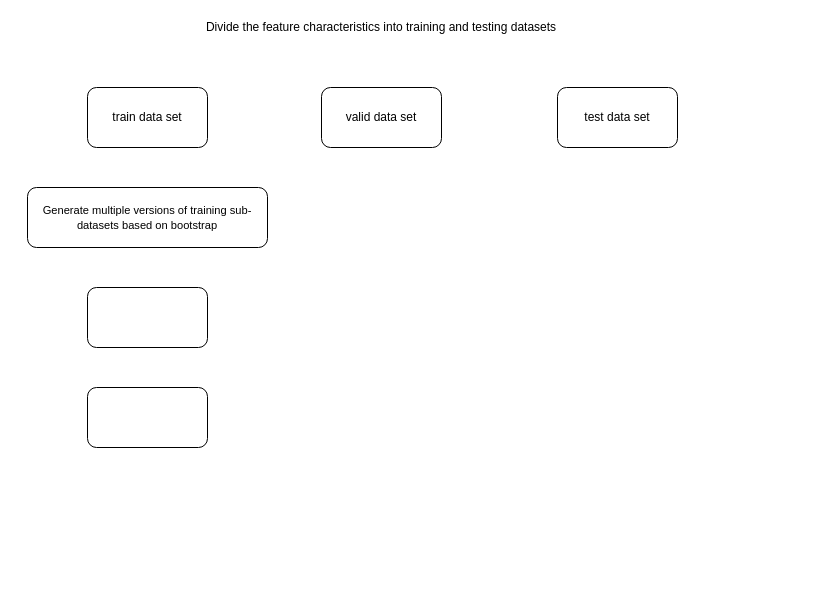
The draw.io diagram Untitled Diagram.drawio in Juno-Qi/Deep-learning-in-PHM, before the edit. Source tidied: cells renumbered, new cells numbered last; positions are measured from the earlier drawing's top-left corner, leaving out a move shared by most shapes. Both pictures are drawn from the tidied source at 100%, with x=0, y=0 at pixel (27, 17).
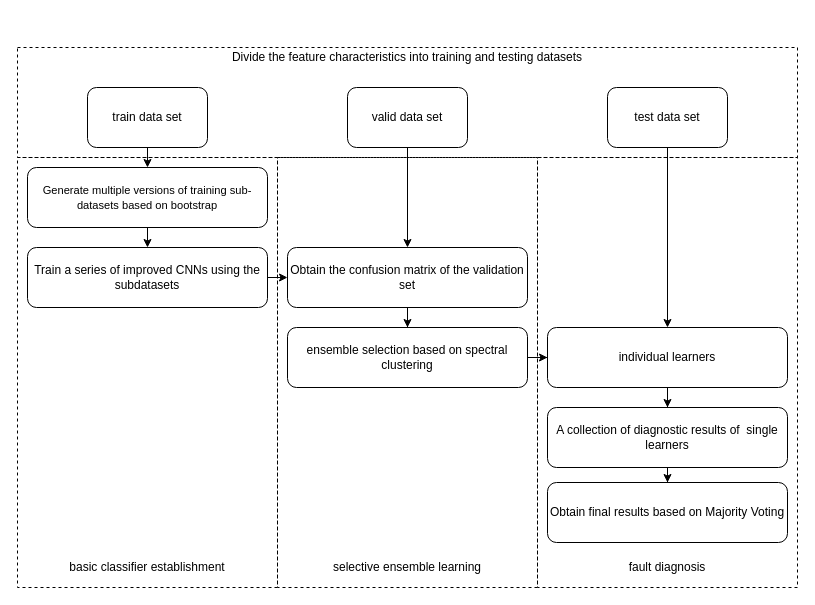
After the change.

Unchanged cells that the change refers to:
```xml
<mxCell id="2" value="train data set" style="rounded=1;whiteSpace=wrap;html=1;" parent="1" vertex="1">
  <mxGeometry x="60" y="70" width="120" height="60" as="geometry" />
</mxCell>
```

Change to the diagram source:
```diff
@@
+    <mxCell id="9" style="edgeStyle=orthogonalEdgeStyle;rounded=0;jettySize=auto;html=1;exitX=0.5;exitY=1;exitDx=0;exitDy=0;entryX=0.5;entryY=0;entryDx=0;entryDy=0;" parent="1" edge="1" source="2" target="5">
+      <mxGeometry relative="1" as="geometry" />
+    </mxCell>
@@
+    <mxCell id="10" style="edgeStyle=orthogonalEdgeStyle;rounded=0;jettySize=auto;html=1;exitX=0.5;exitY=1;exitDx=0;exitDy=0;" parent="1" edge="1" source="3" target="7">
+      <mxGeometry relative="1" as="geometry" />
+    </mxCell>
     <mxCell id="3" value="valid data set" style="rounded=1;whiteSpace=wrap;html=1;" parent="1" vertex="1">
-      <mxGeometry x="294" y="70" width="120" height="60" as="geometry" />
+      <mxGeometry x="320" y="70" width="120" height="60" as="geometry" />
     </mxCell>
+    <mxCell id="11" style="edgeStyle=orthogonalEdgeStyle;rounded=0;jettySize=auto;html=1;entryX=0.5;entryY=0;entryDx=0;entryDy=0;" parent="1" edge="1" source="4" target="18">
+      <mxGeometry relative="1" as="geometry" />
+    </mxCell>
     <mxCell id="4" value="test data set" style="rounded=1;whiteSpace=wrap;html=1;" parent="1" vertex="1">
-      <mxGeometry x="530" y="70" width="120" height="60" as="geometry" />
+      <mxGeometry x="580" y="70" width="120" height="60" as="geometry" />
     </mxCell>
+    <mxCell id="12" style="edgeStyle=orthogonalEdgeStyle;rounded=0;jettySize=auto;html=1;exitX=0.5;exitY=1;exitDx=0;exitDy=0;entryX=0.5;entryY=0;entryDx=0;entryDy=0;" parent="1" edge="1" source="5" target="6">
+      <mxGeometry relative="1" as="geometry" />
+    </mxCell>
     <mxCell id="5" value="&lt;font face=&quot;timesnewromanpsmt&quot;&gt;&lt;span style=&quot;font-size: 11.1116px&quot;&gt;Generate multiple versions of training sub-datasets based on bootstrap&lt;/span&gt;&lt;/font&gt;" style="rounded=1;whiteSpace=wrap;html=1;" parent="1" vertex="1">
-      <mxGeometry y="170" width="240" height="60" as="geometry" />
+      <mxGeometry y="150" width="240" height="60" as="geometry" />
     </mxCell>
+    <mxCell id="13" style="edgeStyle=orthogonalEdgeStyle;rounded=0;jettySize=auto;html=1;exitX=1;exitY=0.5;exitDx=0;exitDy=0;entryX=0;entryY=0.5;entryDx=0;entryDy=0;" parent="1" edge="1" source="6" target="7">
+      <mxGeometry relative="1" as="geometry" />
+    </mxCell>
-    <mxCell id="6" style="rounded=1;whiteSpace=wrap;html=1;" parent="1" vertex="1">
-      <mxGeometry x="60" y="270" width="120" height="60" as="geometry" />
+    <mxCell id="6" value="Train a series of improved CNNs using the subdatasets" style="rounded=1;whiteSpace=wrap;html=1;" parent="1" vertex="1">
+      <mxGeometry y="230" width="240" height="60" as="geometry" />
     </mxCell>
+    <mxCell id="14" style="edgeStyle=orthogonalEdgeStyle;rounded=0;jettySize=auto;html=1;entryX=0.5;entryY=0;entryDx=0;entryDy=0;" parent="1" edge="1" source="7" target="16">
+      <mxGeometry relative="1" as="geometry" />
+    </mxCell>
-    <mxCell id="7" style="rounded=1;whiteSpace=wrap;html=1;" parent="1" vertex="1">
-      <mxGeometry x="60" y="370" width="120" height="60" as="geometry" />
+    <mxCell id="7" value="Obtain the confusion matrix of the validation set" style="rounded=1;whiteSpace=wrap;html=1;" parent="1" vertex="1">
+      <mxGeometry x="260" y="230" width="240" height="60" as="geometry" />
     </mxCell>
     <mxCell id="8" value="Divide the feature characteristics into training and testing datasets" style="text;html=1;strokeColor=none;fillColor=none;align=center;verticalAlign=middle;whiteSpace=wrap;rounded=0;" parent="1" vertex="1">
-      <mxGeometry x="146" width="416" height="20" as="geometry" />
+      <mxGeometry x="172" y="30" width="416" height="20" as="geometry" />
     </mxCell>
+    <mxCell id="15" style="edgeStyle=orthogonalEdgeStyle;rounded=0;jettySize=auto;html=1;" parent="1" edge="1" source="16" target="18">
+      <mxGeometry relative="1" as="geometry" />
+    </mxCell>
+    <mxCell id="16" value="ensemble selection based on spectral clustering" style="rounded=1;whiteSpace=wrap;html=1;" parent="1" vertex="1">
+      <mxGeometry x="260" y="310" width="240" height="60" as="geometry" />
+    </mxCell>
+    <mxCell id="17" style="edgeStyle=orthogonalEdgeStyle;rounded=0;jettySize=auto;html=1;entryX=0.5;entryY=0;entryDx=0;entryDy=0;" parent="1" edge="1" source="18" target="20">
+      <mxGeometry relative="1" as="geometry" />
+    </mxCell>
+    <mxCell id="18" value="individual learners" style="rounded=1;whiteSpace=wrap;html=1;" parent="1" vertex="1">
+      <mxGeometry x="520" y="310" width="240" height="60" as="geometry" />
+    </mxCell>
+    <mxCell id="19" style="edgeStyle=orthogonalEdgeStyle;rounded=0;jettySize=auto;html=1;exitX=0.5;exitY=1;exitDx=0;exitDy=0;" parent="1" edge="1" source="20" target="21">
+      <mxGeometry relative="1" as="geometry" />
+    </mxCell>
+    <mxCell id="20" value="A collection of diagnostic results of&amp;nbsp; single learners" style="rounded=1;whiteSpace=wrap;html=1;" parent="1" vertex="1">
+      <mxGeometry x="520" y="390" width="240" height="60" as="geometry" />
+    </mxCell>
+    <mxCell id="21" value="Obtain final results based on Majority Voting" style="rounded=1;whiteSpace=wrap;html=1;" parent="1" vertex="1">
+      <mxGeometry x="520" y="465" width="240" height="60" as="geometry" />
+    </mxCell>
+    <mxCell id="22" style="rounded=0;whiteSpace=wrap;html=1;fillColor=none;dashed=1;" parent="1" vertex="1">
+      <mxGeometry x="-10" y="140" width="260" height="430" as="geometry" />
+    </mxCell>
+    <mxCell id="23" style="rounded=0;whiteSpace=wrap;html=1;fillColor=none;dashed=1;" parent="1" vertex="1">
+      <mxGeometry x="250" y="140" width="260" height="430" as="geometry" />
+    </mxCell>
+    <mxCell id="24" style="rounded=0;whiteSpace=wrap;html=1;fillColor=none;dashed=1;" parent="1" vertex="1">
+      <mxGeometry x="510" y="140" width="260" height="430" as="geometry" />
+    </mxCell>
+    <mxCell id="25" value="basic classifier establishment" style="text;html=1;strokeColor=none;fillColor=none;align=center;verticalAlign=middle;whiteSpace=wrap;rounded=0;dashed=1;" parent="1" vertex="1">
+      <mxGeometry x="40" y="540" width="160" height="20" as="geometry" />
+    </mxCell>
+    <mxCell id="26" value="selective ensemble learning" style="text;html=1;strokeColor=none;fillColor=none;align=center;verticalAlign=middle;whiteSpace=wrap;rounded=0;dashed=1;" parent="1" vertex="1">
+      <mxGeometry x="300" y="540" width="160" height="20" as="geometry" />
+    </mxCell>
+    <mxCell id="27" value="fault diagnosis" style="text;html=1;strokeColor=none;fillColor=none;align=center;verticalAlign=middle;whiteSpace=wrap;rounded=0;dashed=1;" parent="1" vertex="1">
+      <mxGeometry x="560" y="540" width="160" height="20" as="geometry" />
+    </mxCell>
+    <mxCell id="28" style="rounded=0;whiteSpace=wrap;html=1;fillColor=none;dashed=1;" parent="1" vertex="1">
+      <mxGeometry x="-10" y="30" width="780" height="110" as="geometry" />
+    </mxCell>
```
